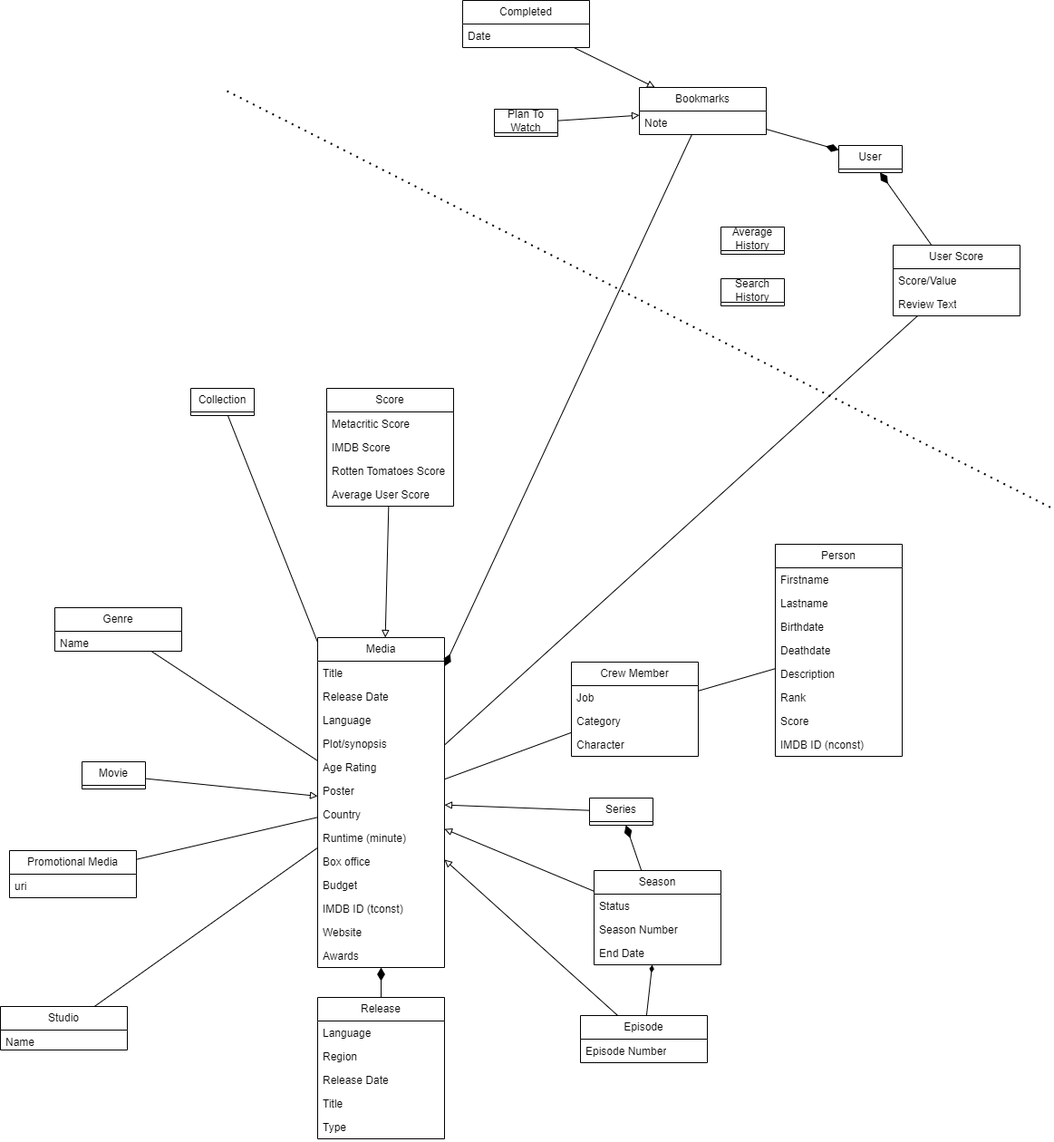
The draw.io diagram domain_model.drawio.png in RUC-MSc-CS-CIT-2024/portfolio_subproject_1, before a commit. Source tidied: cells renumbered, new cells last; positions are measured from the earlier drawing's top-left corner, leaving out a move shared by most shapes.
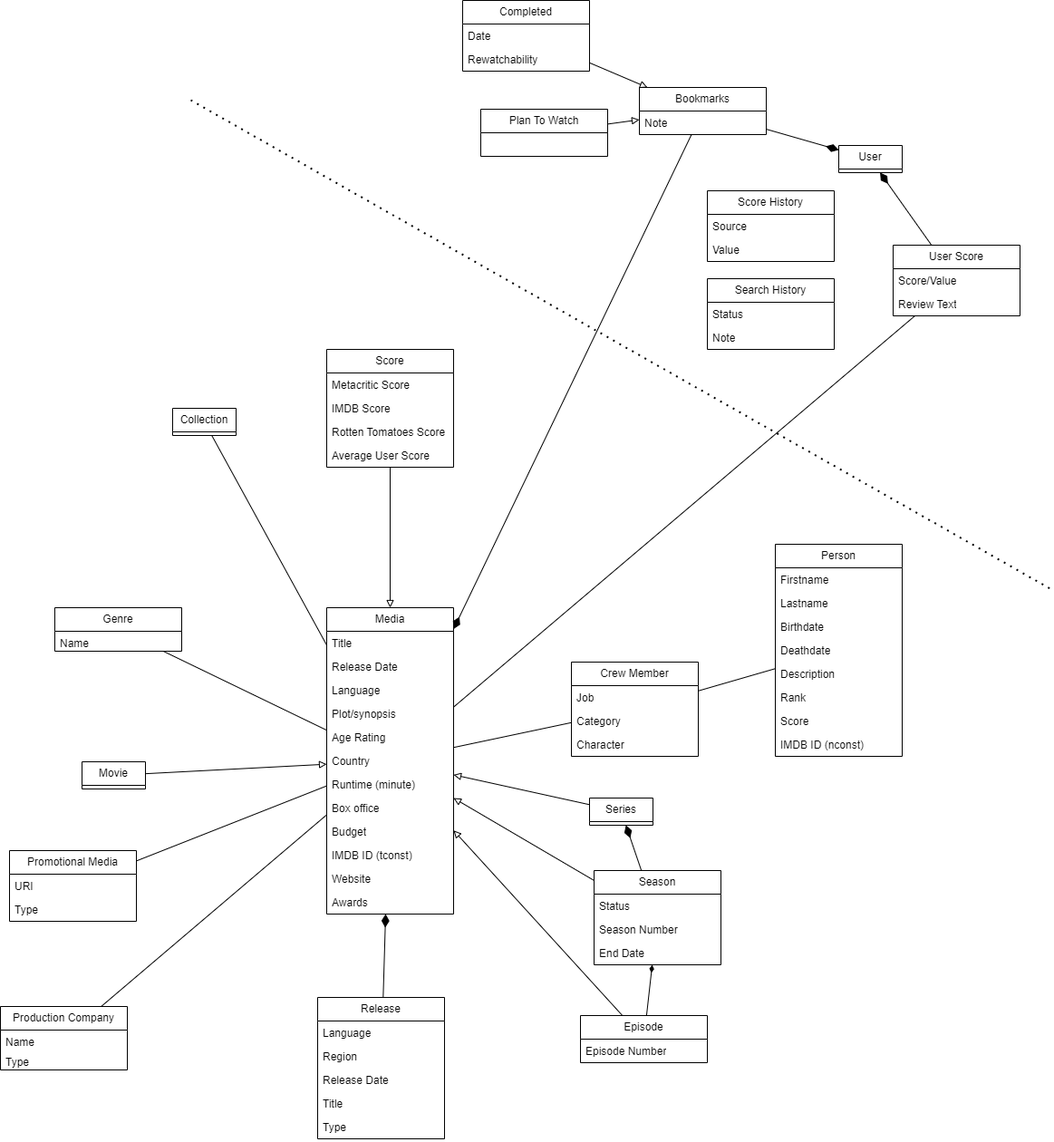
After the change.

Diff of the diagram source:
```diff
@@ -12,7 +12,7 @@
       <mxGeometry relative="1" as="geometry" />
     </mxCell>
     <mxCell id="5" value="Media" style="swimlane;fontStyle=0;horizontal=1;startSize=26;fillColor=none;whiteSpace=wrap;html=1;" parent="1" vertex="1">
-      <mxGeometry x="350" y="703" width="140" height="364" as="geometry" />
+      <mxGeometry x="360" y="670" width="140" height="338" as="geometry" />
     </mxCell>
     <mxCell id="6" value="Title" style="text;strokeColor=none;fillColor=none;align=left;verticalAlign=top;spacingLeft=4;spacingRight=4;overflow=hidden;whiteSpace=wrap;html=1;" parent="5" vertex="1">
       <mxGeometry y="26" width="140" height="26" as="geometry" />
@@ -29,29 +29,26 @@
     <mxCell id="10" value="Age Rating" style="text;strokeColor=none;fillColor=none;align=left;verticalAlign=top;spacingLeft=4;spacingRight=4;overflow=hidden;whiteSpace=wrap;html=1;" parent="5" vertex="1">
       <mxGeometry y="130" width="140" height="26" as="geometry" />
     </mxCell>
-    <mxCell id="11" value="Poster" style="text;strokeColor=none;fillColor=none;align=left;verticalAlign=top;spacingLeft=4;spacingRight=4;overflow=hidden;whiteSpace=wrap;html=1;" parent="5" vertex="1">
-      <mxGeometry y="156" width="140" height="26" as="geometry" />
-    </mxCell>
     <mxCell id="12" value="Country" style="text;strokeColor=none;fillColor=none;align=left;verticalAlign=top;spacingLeft=4;spacingRight=4;overflow=hidden;whiteSpace=wrap;html=1;" parent="5" vertex="1">
-      <mxGeometry y="182" width="140" height="26" as="geometry" />
+      <mxGeometry y="156" width="140" height="26" as="geometry" />
     </mxCell>
     <mxCell id="13" value="Runtime (minute)" style="text;strokeColor=none;fillColor=none;align=left;verticalAlign=top;spacingLeft=4;spacingRight=4;overflow=hidden;whiteSpace=wrap;html=1;" parent="5" vertex="1">
-      <mxGeometry y="208" width="140" height="26" as="geometry" />
+      <mxGeometry y="182" width="140" height="26" as="geometry" />
     </mxCell>
     <mxCell id="14" value="Box office" style="text;strokeColor=none;fillColor=none;align=left;verticalAlign=top;spacingLeft=4;spacingRight=4;overflow=hidden;whiteSpace=wrap;html=1;" parent="5" vertex="1">
-      <mxGeometry y="234" width="140" height="26" as="geometry" />
+      <mxGeometry y="208" width="140" height="26" as="geometry" />
     </mxCell>
     <mxCell id="15" value="Budget" style="text;strokeColor=none;fillColor=none;align=left;verticalAlign=top;spacingLeft=4;spacingRight=4;overflow=hidden;whiteSpace=wrap;html=1;" parent="5" vertex="1">
-      <mxGeometry y="260" width="140" height="26" as="geometry" />
+      <mxGeometry y="234" width="140" height="26" as="geometry" />
     </mxCell>
     <mxCell id="16" value="IMDB ID (tconst)" style="text;strokeColor=none;fillColor=none;align=left;verticalAlign=top;spacingLeft=4;spacingRight=4;overflow=hidden;whiteSpace=wrap;html=1;" parent="5" vertex="1">
-      <mxGeometry y="286" width="140" height="26" as="geometry" />
+      <mxGeometry y="260" width="140" height="26" as="geometry" />
     </mxCell>
     <mxCell id="17" value="Website" style="text;strokeColor=none;fillColor=none;align=left;verticalAlign=top;spacingLeft=4;spacingRight=4;overflow=hidden;whiteSpace=wrap;html=1;" parent="5" vertex="1">
-      <mxGeometry y="312" width="140" height="26" as="geometry" />
+      <mxGeometry y="286" width="140" height="26" as="geometry" />
     </mxCell>
     <mxCell id="18" value="Awards" style="text;strokeColor=none;fillColor=none;align=left;verticalAlign=top;spacingLeft=4;spacingRight=4;overflow=hidden;whiteSpace=wrap;html=1;" parent="5" vertex="1">
-      <mxGeometry y="338" width="140" height="26" as="geometry" />
+      <mxGeometry y="312" width="140" height="26" as="geometry" />
     </mxCell>
     <mxCell id="19" style="rounded=0;jettySize=auto;html=1;endArrow=block;endFill=0;" parent="1" edge="1" source="20" target="5">
       <mxGeometry relative="1" as="geometry" />
@@ -128,14 +125,17 @@
     <mxCell id="43" style="rounded=0;jettySize=auto;html=1;endArrow=none;endFill=0;" parent="1" edge="1" source="44" target="5">
       <mxGeometry relative="1" as="geometry" />
     </mxCell>
-    <mxCell id="44" value="Studio" style="swimlane;fontStyle=0;horizontal=1;startSize=26;fillColor=none;whiteSpace=wrap;html=1;" parent="1" vertex="1">
-      <mxGeometry y="1110" width="140" height="48" as="geometry" />
+    <mxCell id="44" value="Production Company" style="swimlane;fontStyle=0;horizontal=1;startSize=26;fillColor=none;whiteSpace=wrap;html=1;" parent="1" vertex="1">
+      <mxGeometry y="1110" width="140" height="70" as="geometry" />
     </mxCell>
     <mxCell id="45" value="Name" style="text;strokeColor=none;fillColor=none;align=left;verticalAlign=top;spacingLeft=4;spacingRight=4;overflow=hidden;whiteSpace=wrap;html=1;" parent="44" vertex="1">
       <mxGeometry y="26" width="140" height="22" as="geometry" />
     </mxCell>
+    <mxCell id="87" value="Type" style="text;strokeColor=none;fillColor=none;align=left;verticalAlign=top;spacingLeft=4;spacingRight=4;overflow=hidden;whiteSpace=wrap;html=1;" parent="44" vertex="1">
+      <mxGeometry y="48" width="140" height="22" as="geometry" />
+    </mxCell>
     <mxCell id="46" value="Collection" style="swimlane;fontStyle=0;horizontal=1;startSize=26;fillColor=none;whiteSpace=wrap;html=1;" parent="1" vertex="1" collapsed="1">
-      <mxGeometry x="210" y="428" width="70" height="30" as="geometry" />
+      <mxGeometry x="190" y="450" width="70" height="30" as="geometry" />
     </mxCell>
     <mxCell id="47" style="rounded=0;jettySize=auto;html=1;endArrow=none;endFill=0;" parent="1" edge="1" source="48" target="68">
       <mxGeometry relative="1" as="geometry" />
@@ -171,7 +171,7 @@
       <mxGeometry relative="1" as="geometry" />
     </mxCell>
     <mxCell id="58" value="Score" style="swimlane;fontStyle=0;horizontal=1;startSize=26;fillColor=none;whiteSpace=wrap;html=1;" parent="1" vertex="1">
-      <mxGeometry x="360" y="428" width="140" height="130" as="geometry" />
+      <mxGeometry x="360" y="385" width="140" height="130" as="geometry" />
     </mxCell>
     <mxCell id="59" value="Metacritic Score" style="text;strokeColor=none;fillColor=none;align=left;verticalAlign=top;spacingLeft=4;spacingRight=4;overflow=hidden;whiteSpace=wrap;html=1;" parent="58" vertex="1">
       <mxGeometry y="26" width="140" height="26" as="geometry" />
@@ -228,37 +228,55 @@
       <mxGeometry relative="1" as="geometry" />
     </mxCell>
     <mxCell id="77" value="Completed" style="swimlane;fontStyle=0;horizontal=1;startSize=26;fillColor=none;whiteSpace=wrap;html=1;" parent="1" vertex="1">
-      <mxGeometry x="510" width="140" height="52" as="geometry" />
+      <mxGeometry x="510" width="140" height="78" as="geometry" />
     </mxCell>
     <mxCell id="78" value="Date" style="text;strokeColor=none;fillColor=none;align=left;verticalAlign=top;spacingLeft=4;spacingRight=4;overflow=hidden;whiteSpace=wrap;html=1;" parent="77" vertex="1">
       <mxGeometry y="26" width="140" height="26" as="geometry" />
     </mxCell>
+    <mxCell id="88" value="Rewatchability" style="text;strokeColor=none;fillColor=none;align=left;verticalAlign=top;spacingLeft=4;spacingRight=4;overflow=hidden;whiteSpace=wrap;html=1;" parent="77" vertex="1">
+      <mxGeometry y="52" width="140" height="26" as="geometry" />
+    </mxCell>
-    <mxCell id="79" value="Search History" style="swimlane;fontStyle=0;horizontal=1;startSize=26;fillColor=none;whiteSpace=wrap;html=1;" parent="1" vertex="1" collapsed="1">
-      <mxGeometry x="795" y="307" width="70" height="30" as="geometry" />
+    <mxCell id="79" value="Search History" style="swimlane;fontStyle=0;horizontal=1;startSize=26;fillColor=none;whiteSpace=wrap;html=1;" parent="1" vertex="1">
+      <mxGeometry x="780" y="307" width="140" height="78" as="geometry" />
     </mxCell>
+    <mxCell id="89" value="Status" style="text;strokeColor=none;fillColor=none;align=left;verticalAlign=top;spacingLeft=4;spacingRight=4;overflow=hidden;whiteSpace=wrap;html=1;" parent="79" vertex="1">
+      <mxGeometry y="26" width="140" height="26" as="geometry" />
+    </mxCell>
+    <mxCell id="90" value="Note" style="text;strokeColor=none;fillColor=none;align=left;verticalAlign=top;spacingLeft=4;spacingRight=4;overflow=hidden;whiteSpace=wrap;html=1;" parent="79" vertex="1">
+      <mxGeometry y="52" width="140" height="26" as="geometry" />
+    </mxCell>
     <mxCell id="80" style="rounded=0;jettySize=auto;html=1;endArrow=block;endFill=0;" parent="1" edge="1" source="81" target="74">
       <mxGeometry relative="1" as="geometry" />
     </mxCell>
-    <mxCell id="81" value="Plan To Watch" style="swimlane;fontStyle=0;horizontal=1;startSize=26;fillColor=none;whiteSpace=wrap;html=1;" parent="1" vertex="1" collapsed="1">
-      <mxGeometry x="545" y="120" width="70" height="30" as="geometry" />
+    <mxCell id="81" value="Plan To Watch" style="swimlane;fontStyle=0;horizontal=1;startSize=26;fillColor=none;whiteSpace=wrap;html=1;" parent="1" vertex="1">
+      <mxGeometry x="530" y="120" width="140" height="52" as="geometry" />
     </mxCell>
-    <mxCell id="82" value="Average History" style="swimlane;fontStyle=0;horizontal=1;startSize=26;fillColor=none;whiteSpace=wrap;html=1;" parent="1" vertex="1" collapsed="1">
-      <mxGeometry x="795" y="250" width="70" height="30" as="geometry" />
+    <mxCell id="82" value="Score History" style="swimlane;fontStyle=0;horizontal=1;startSize=26;fillColor=none;whiteSpace=wrap;html=1;" parent="1" vertex="1">
+      <mxGeometry x="780" y="210" width="140" height="78" as="geometry" />
     </mxCell>
+    <mxCell id="91" value="Source" style="text;strokeColor=none;fillColor=none;align=left;verticalAlign=top;spacingLeft=4;spacingRight=4;overflow=hidden;whiteSpace=wrap;html=1;" parent="82" vertex="1">
+      <mxGeometry y="26" width="140" height="26" as="geometry" />
+    </mxCell>
+    <mxCell id="92" value="Value" style="text;strokeColor=none;fillColor=none;align=left;verticalAlign=top;spacingLeft=4;spacingRight=4;overflow=hidden;whiteSpace=wrap;html=1;" parent="82" vertex="1">
+      <mxGeometry y="52" width="140" height="26" as="geometry" />
+    </mxCell>
     <mxCell id="83" style="endArrow=none;dashed=1;html=1;dashPattern=1 3;strokeWidth=2;rounded=0;" parent="1" edge="1">
       <mxGeometry relative="1" as="geometry">
-        <mxPoint x="250" y="100" as="sourcePoint" />
-        <mxPoint x="1160" y="560" as="targetPoint" />
+        <mxPoint x="210" y="110" as="sourcePoint" />
+        <mxPoint x="1160" y="650" as="targetPoint" />
       </mxGeometry>
     </mxCell>
     <mxCell id="84" style="edgeStyle=none;html=1;startArrow=none;startFill=0;endArrow=none;endFill=0;startSize=6;endSize=12;" parent="1" edge="1" source="85" target="5">
       <mxGeometry relative="1" as="geometry" />
     </mxCell>
     <mxCell id="85" value="Promotional Media" style="swimlane;fontStyle=0;horizontal=1;startSize=26;fillColor=none;whiteSpace=wrap;html=1;" parent="1" vertex="1">
-      <mxGeometry x="10" y="938" width="140" height="52" as="geometry" />
+      <mxGeometry x="10" y="938" width="140" height="78" as="geometry" />
     </mxCell>
-    <mxCell id="86" value="uri" style="text;strokeColor=none;fillColor=none;align=left;verticalAlign=top;spacingLeft=4;spacingRight=4;overflow=hidden;whiteSpace=wrap;html=1;" parent="85" vertex="1">
+    <mxCell id="86" value="URI" style="text;strokeColor=none;fillColor=none;align=left;verticalAlign=top;spacingLeft=4;spacingRight=4;overflow=hidden;whiteSpace=wrap;html=1;" parent="85" vertex="1">
       <mxGeometry y="26" width="140" height="26" as="geometry" />
     </mxCell>
+    <mxCell id="93" value="Type" style="text;strokeColor=none;fillColor=none;align=left;verticalAlign=top;spacingLeft=4;spacingRight=4;overflow=hidden;whiteSpace=wrap;html=1;" parent="85" vertex="1">
+      <mxGeometry y="52" width="140" height="26" as="geometry" />
+    </mxCell>
   </root>
 </mxGraphModel>
```
